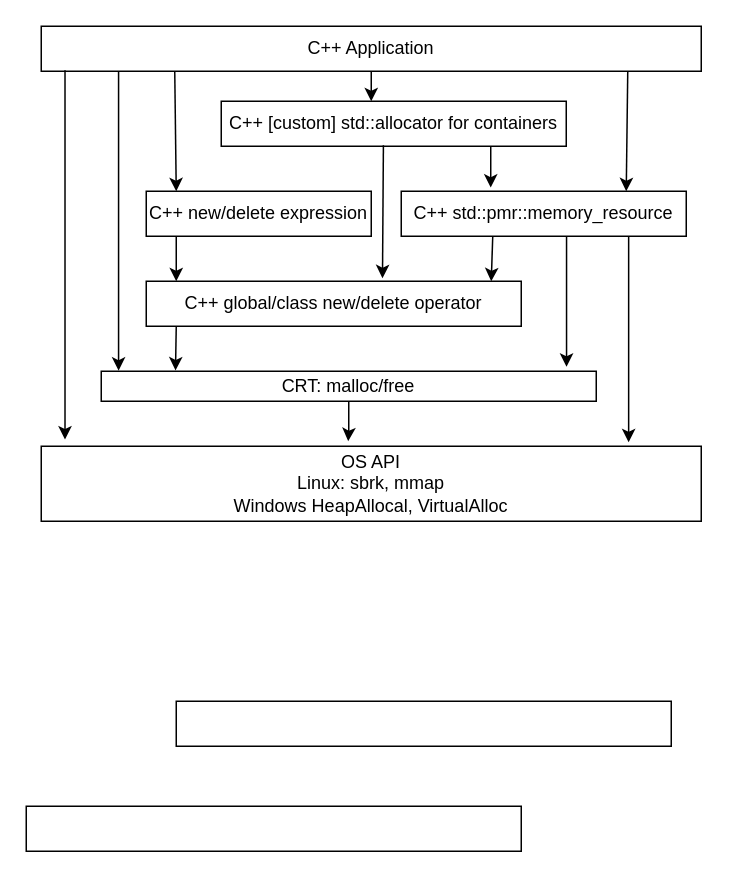
The draw.io diagram 未命名绘图.drawio in prim/git, before the edit. Source tidied: cells renumbered, new cells numbered last; positions are measured from the earlier drawing's top-left corner, leaving out a move shared by most shapes. Both pictures are drawn from the tidied source at 150%, with x=0, y=0 at pixel (26, 26).
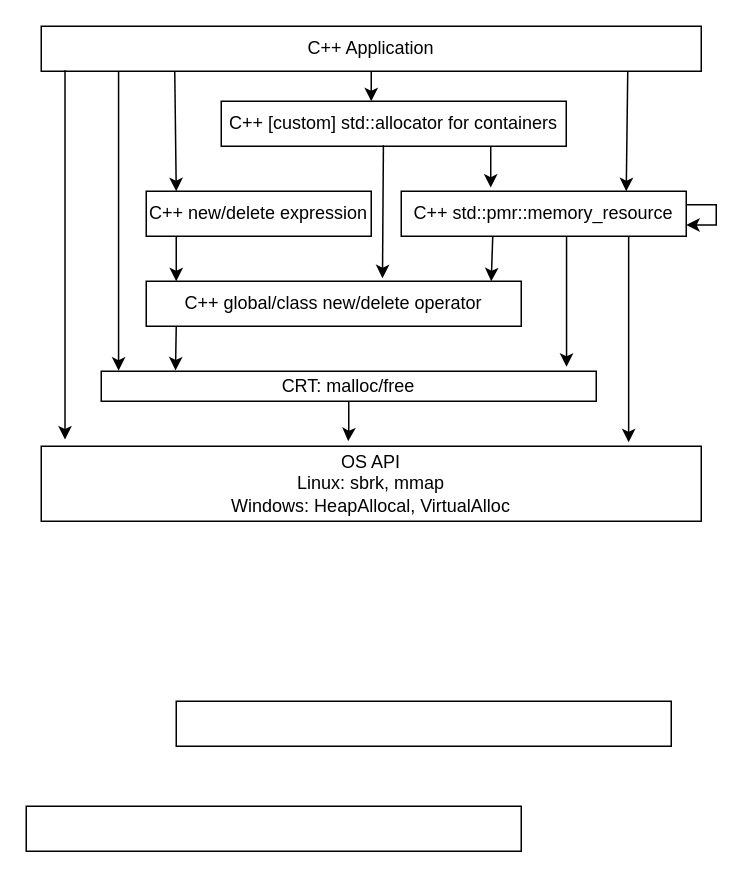
After the change.

Commit message:
更新未命名绘图.drawio

The change refers to these unchanged cells:
```xml
<mxCell id="12" value="C++ std::pmr::memory_resource" style="rounded=0;whiteSpace=wrap;html=1;" parent="1" vertex="1">
  <mxGeometry x="250" y="110" width="190" height="30" as="geometry" />
</mxCell>
```

Change to the diagram source:
```diff
@@
-    <mxCell id="17" value="OS API&lt;br&gt;Linux: sbrk, mmap&lt;br&gt;Windows HeapAllocal, VirtualAlloc" style="rounded=0;whiteSpace=wrap;html=1;" parent="1" vertex="1">
+    <mxCell id="17" value="OS API&lt;br&gt;Linux: sbrk, mmap&lt;br&gt;Windows: HeapAllocal, VirtualAlloc" style="rounded=0;whiteSpace=wrap;html=1;" parent="1" vertex="1">
       <mxGeometry x="10" y="280" width="440" height="50" as="geometry" />
     </mxCell>
@@
+    <mxCell id="24" style="edgeStyle=orthogonalEdgeStyle;rounded=0;orthogonalLoop=1;jettySize=auto;html=1;entryX=1;entryY=0.75;entryDx=0;entryDy=0;" parent="1" edge="1" source="12" target="12">
+      <mxGeometry relative="1" as="geometry">
+        <Array as="points">
+          <mxPoint x="460" y="119" />
+          <mxPoint x="460" y="132" />
+        </Array>
+      </mxGeometry>
+    </mxCell>
```
